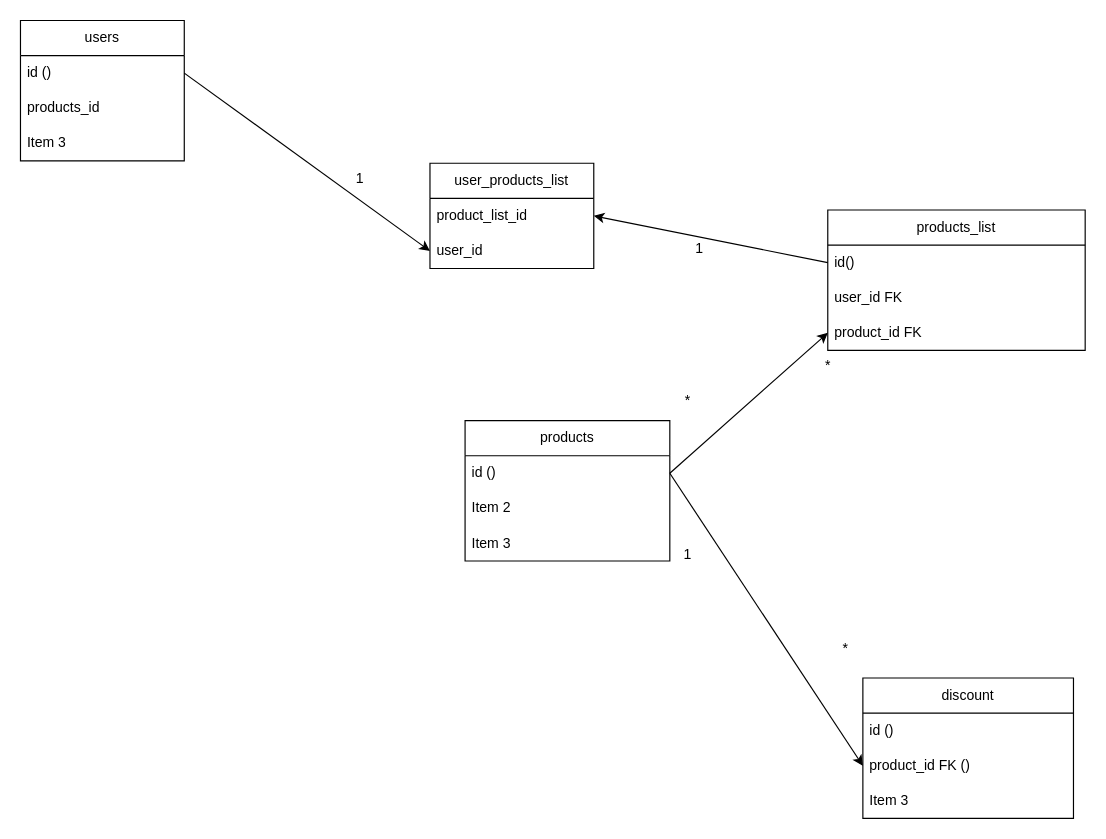
This is DB_GRAPH.drawio from DamianoMura/backend, a draw.io file, before an edit. Source tidied: cells renumbered, new cells numbered last; positions are measured from the earlier drawing's top-left corner, leaving out a move shared by most shapes. Both pictures are drawn from the tidied source at 117%, with x=0, y=0 at pixel (20, 20).
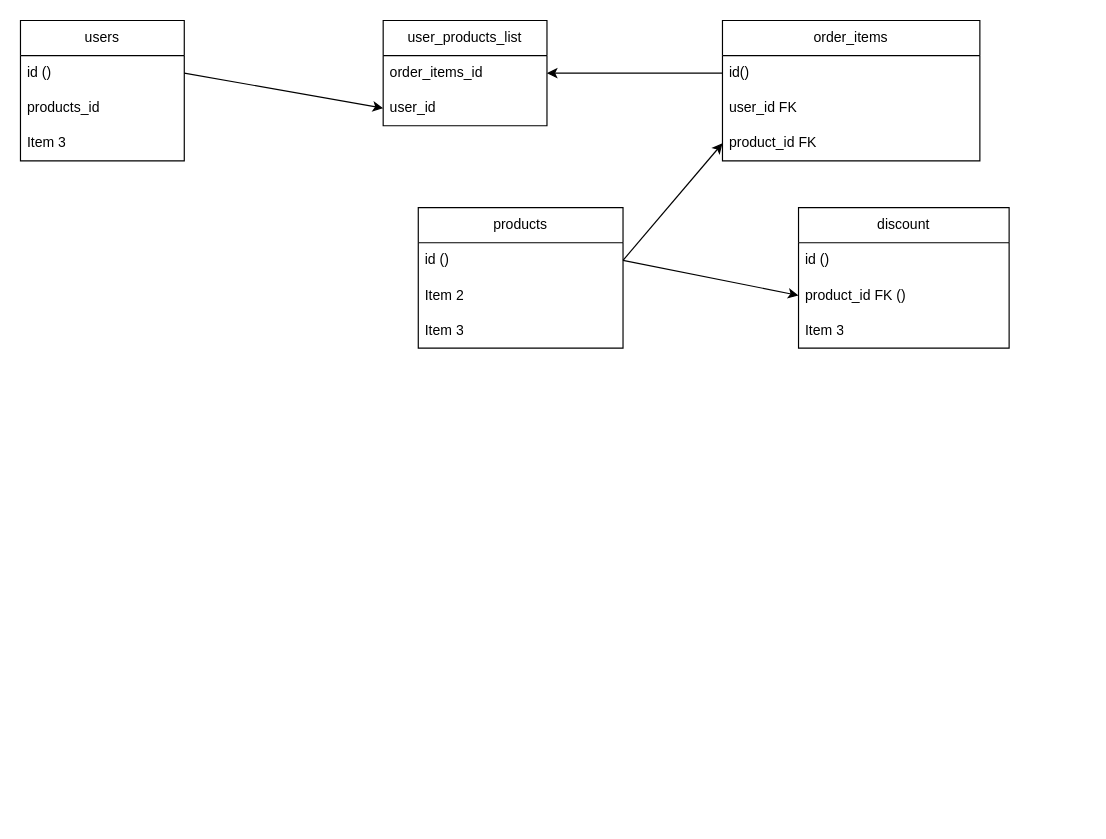
After the change.

The change refers to these unchanged cells:
```xml
<mxCell id="7" value="&lt;span style=&quot;color: rgb(0, 0, 0);&quot;&gt;id ()&lt;/span&gt;" style="text;strokeColor=none;fillColor=none;align=left;verticalAlign=middle;spacingLeft=4;spacingRight=4;overflow=hidden;points=[[0,0.5],[1,0.5]];portConstraint=eastwest;whiteSpace=wrap;html=1;" parent="6" vertex="1">
  <mxGeometry y="30" width="175" height="30" as="geometry" />
</mxCell>
<mxCell id="12" value="product_id FK&amp;nbsp;&lt;span style=&quot;color: rgb(0, 0, 0);&quot;&gt;()&lt;/span&gt;&amp;nbsp;" style="text;strokeColor=none;fillColor=none;align=left;verticalAlign=middle;spacingLeft=4;spacingRight=4;overflow=hidden;points=[[0,0.5],[1,0.5]];portConstraint=eastwest;whiteSpace=wrap;html=1;" parent="10" vertex="1">
  <mxGeometry y="60" width="180" height="30" as="geometry" />
</mxCell>
<mxCell id="17" value="id()" style="text;strokeColor=none;fillColor=none;align=left;verticalAlign=middle;spacingLeft=4;spacingRight=4;overflow=hidden;points=[[0,0.5],[1,0.5]];portConstraint=eastwest;whiteSpace=wrap;html=1;" parent="16" vertex="1">
  <mxGeometry y="30" width="220" height="30" as="geometry" />
</mxCell>
<mxCell id="19" value="&lt;span style=&quot;color: rgb(0, 0, 0); text-align: center;&quot;&gt;product_id FK&lt;/span&gt;" style="text;strokeColor=none;fillColor=none;align=left;verticalAlign=middle;spacingLeft=4;spacingRight=4;overflow=hidden;points=[[0,0.5],[1,0.5]];portConstraint=eastwest;whiteSpace=wrap;html=1;" parent="16" vertex="1">
  <mxGeometry y="90" width="220" height="30" as="geometry" />
</mxCell>
```

What changed in the source:
```diff
@@
     <mxCell id="6" value="products" style="swimlane;fontStyle=0;horizontal=1;startSize=30;whiteSpace=wrap;html=1;" parent="1" vertex="1">
-      <mxGeometry x="380" y="342" width="175" height="120" as="geometry" />
+      <mxGeometry x="340" y="160" width="175" height="120" as="geometry" />
     </mxCell>
@@
     <mxCell id="10" value="discount" style="swimlane;fontStyle=0;horizontal=1;startSize=30;whiteSpace=wrap;html=1;" parent="1" vertex="1">
-      <mxGeometry x="720" y="562" width="180" height="120" as="geometry" />
+      <mxGeometry x="665" y="160" width="180" height="120" as="geometry" />
     </mxCell>
@@
-    <mxCell id="14" value="1" style="text;html=1;align=center;verticalAlign=middle;strokeColor=none;fillColor=none;" parent="1" vertex="1">
-      <mxGeometry x="555" y="442" width="30" height="30" as="geometry" />
-    </mxCell>
-    <mxCell id="15" value="*" style="text;html=1;align=center;verticalAlign=middle;strokeColor=none;fillColor=none;" parent="1" vertex="1">
-      <mxGeometry x="690" y="522" width="30" height="30" as="geometry" />
-    </mxCell>
-    <mxCell id="16" value="products_list" style="swimlane;fontStyle=0;horizontal=1;startSize=30;whiteSpace=wrap;html=1;" parent="1" vertex="1">
-      <mxGeometry x="690" y="162" width="220" height="120" as="geometry" />
+    <mxCell id="16" value="order_items" style="swimlane;fontStyle=0;horizontal=1;startSize=30;whiteSpace=wrap;html=1;" parent="1" vertex="1">
+      <mxGeometry x="600" width="220" height="120" as="geometry" />
     </mxCell>
@@
     <mxCell id="20" value="user_&lt;span style=&quot;color: rgb(0, 0, 0);&quot;&gt;products_list&lt;/span&gt;" style="swimlane;fontStyle=0;horizontal=1;startSize=30;whiteSpace=wrap;html=1;" parent="1" vertex="1">
-      <mxGeometry x="350" y="122" width="140" height="90" as="geometry" />
+      <mxGeometry x="310" width="140" height="90" as="geometry" />
     </mxCell>
-    <mxCell id="21" value="&lt;span style=&quot;color: rgb(0, 0, 0); text-align: center;&quot;&gt;&lt;span style=&quot;color: rgb(0, 0, 0);&quot;&gt;product_list&lt;/span&gt;_id&lt;/span&gt;" style="text;strokeColor=none;fillColor=none;align=left;verticalAlign=middle;spacingLeft=4;spacingRight=4;overflow=hidden;points=[[0,0.5],[1,0.5]];portConstraint=eastwest;whiteSpace=wrap;html=1;" parent="20" vertex="1">
+    <mxCell id="21" value="&lt;div style=&quot;text-align: center;&quot;&gt;&lt;span style=&quot;background-color: transparent;&quot;&gt;order_items_id&lt;/span&gt;&lt;/div&gt;" style="text;strokeColor=none;fillColor=none;align=left;verticalAlign=middle;spacingLeft=4;spacingRight=4;overflow=hidden;points=[[0,0.5],[1,0.5]];portConstraint=eastwest;whiteSpace=wrap;html=1;" parent="20" vertex="1">
       <mxGeometry y="30" width="140" height="30" as="geometry" />
     </mxCell>
@@
+    <mxCell id="24" style="edgeStyle=none;html=1;exitX=0;exitY=0.5;exitDx=0;exitDy=0;entryX=1;entryY=0.5;entryDx=0;entryDy=0;" parent="1" edge="1" source="17" target="21">
+      <mxGeometry relative="1" as="geometry" />
+    </mxCell>
+    <mxCell id="27" style="edgeStyle=none;html=1;exitX=1;exitY=0.5;exitDx=0;exitDy=0;entryX=0;entryY=0.5;entryDx=0;entryDy=0;" parent="1" edge="1" source="7" target="19">
+      <mxGeometry relative="1" as="geometry" />
+    </mxCell>
+    <mxCell id="30" style="edgeStyle=none;html=1;exitX=1;exitY=0.5;exitDx=0;exitDy=0;entryX=0;entryY=0.5;entryDx=0;entryDy=0;" parent="1" edge="1" source="7" target="12">
+      <mxGeometry relative="1" as="geometry" />
+    </mxCell>
@@
-    <mxCell id="24" style="edgeStyle=none;html=1;exitX=0;exitY=0.5;exitDx=0;exitDy=0;entryX=1;entryY=0.5;entryDx=0;entryDy=0;" parent="1" edge="1" source="17" target="21">
-      <mxGeometry relative="1" as="geometry" />
-    </mxCell>
-    <mxCell id="25" value="1" style="text;html=1;align=center;verticalAlign=middle;strokeColor=none;fillColor=none;" parent="1" vertex="1">
-      <mxGeometry x="565" y="180" width="30" height="30" as="geometry" />
-    </mxCell>
-    <mxCell id="26" value="1" style="text;html=1;align=center;verticalAlign=middle;strokeColor=none;fillColor=none;" parent="1" vertex="1">
-      <mxGeometry x="275" y="120" width="30" height="30" as="geometry" />
-    </mxCell>
-    <mxCell id="27" style="edgeStyle=none;html=1;exitX=1;exitY=0.5;exitDx=0;exitDy=0;entryX=0;entryY=0.5;entryDx=0;entryDy=0;" parent="1" edge="1" source="7" target="19">
-      <mxGeometry relative="1" as="geometry" />
-    </mxCell>
-    <mxCell id="28" value="*" style="text;html=1;align=center;verticalAlign=middle;strokeColor=none;fillColor=none;" parent="1" vertex="1">
-      <mxGeometry x="555" y="310" width="30" height="30" as="geometry" />
-    </mxCell>
-    <mxCell id="29" value="*" style="text;html=1;align=center;verticalAlign=middle;strokeColor=none;fillColor=none;" parent="1" vertex="1">
-      <mxGeometry x="675" y="280" width="30" height="30" as="geometry" />
-    </mxCell>
-    <mxCell id="30" style="edgeStyle=none;html=1;exitX=1;exitY=0.5;exitDx=0;exitDy=0;entryX=0;entryY=0.5;entryDx=0;entryDy=0;" parent="1" edge="1" source="7" target="12">
-      <mxGeometry relative="1" as="geometry" />
-    </mxCell>
```
